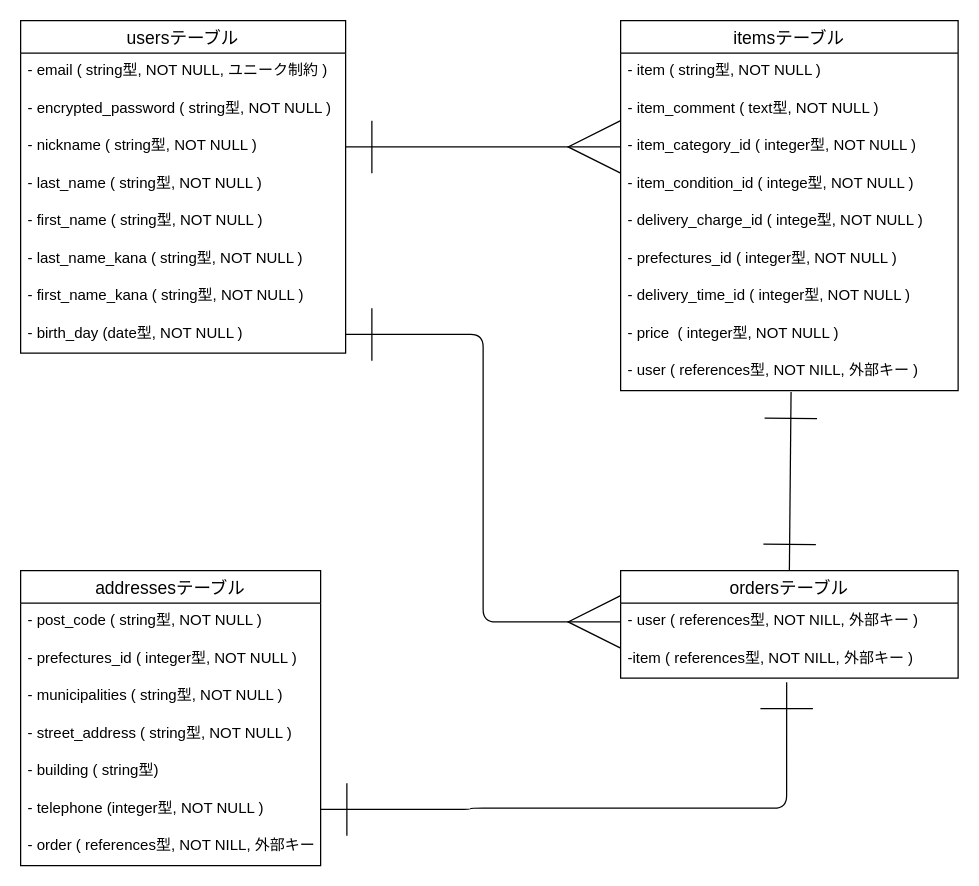
This is furima.dio from hayapi0208/furima-40607, a draw.io file, before an edit. Source tidied: cells renumbered, new cells numbered last; positions are measured from the earlier drawing's top-left corner, leaving out a move shared by most shapes. Both pictures are drawn from the tidied source at 125%, with x=0, y=0 at pixel (20, 20).
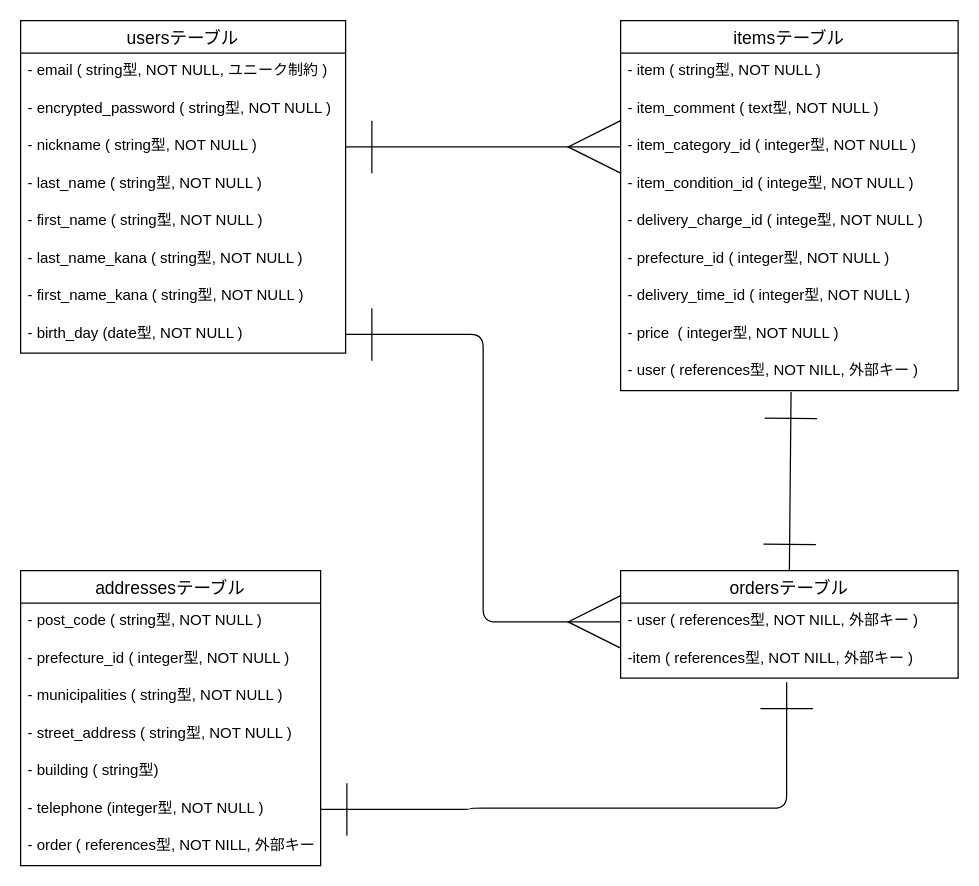
The same diagram, later.

Commit message (it also covers changes not shown here):
【修正④】カラム名を単数形に変更

Unchanged cells that the change refers to:
```xml
<mxCell id="11" value="itemsテーブル" style="swimlane;fontStyle=0;horizontal=1;startSize=26;align=center;fontSize=14;" parent="1" vertex="1">
  <mxGeometry x="480" width="270" height="296" as="geometry" />
</mxCell>
<mxCell id="21" value="addressesテーブル" style="swimlane;fontStyle=0;horizontal=1;startSize=26;align=center;fontSize=14;" parent="1" vertex="1">
  <mxGeometry y="440" width="240" height="236" as="geometry" />
</mxCell>
```

The edit, as a diff of the source:
```diff
@@
-    <mxCell id="17" value="- prefectures_id ( integer型, NOT NULL )" style="text;strokeColor=none;fillColor=none;spacingLeft=4;spacingRight=4;overflow=hidden;fontSize=12;" parent="11" vertex="1">
+    <mxCell id="17" value="- prefecture_id ( integer型, NOT NULL )" style="text;strokeColor=none;fillColor=none;spacingLeft=4;spacingRight=4;overflow=hidden;fontSize=12;" parent="11" vertex="1">
       <mxGeometry y="176" width="270" height="30" as="geometry" />
     </mxCell>
@@
-    <mxCell id="23" value="- prefectures_id ( integer型, NOT NULL )" style="text;strokeColor=none;fillColor=none;spacingLeft=4;spacingRight=4;overflow=hidden;fontSize=12;" parent="21" vertex="1">
+    <mxCell id="23" value="- prefecture_id ( integer型, NOT NULL )" style="text;strokeColor=none;fillColor=none;spacingLeft=4;spacingRight=4;overflow=hidden;fontSize=12;" parent="21" vertex="1">
       <mxGeometry y="56" width="240" height="30" as="geometry" />
     </mxCell>
```
